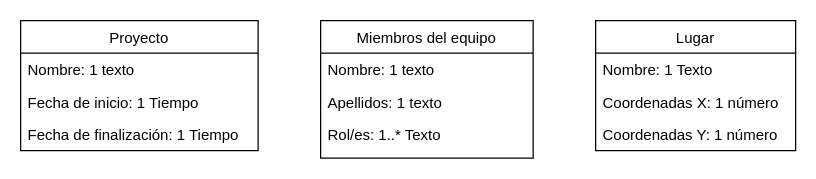
Before: Ejercicio_07.drawio in Trabajos-grupales/UML, a draw.io diagram. Source tidied: cells renumbered, new cells numbered last; positions are measured from the earlier drawing's top-left corner, leaving out a move shared by most shapes. Both pictures are drawn from the tidied source at 125%, with x=0, y=0 at pixel (20, 20).
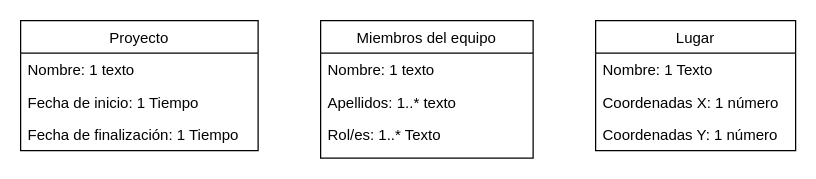
The same diagram, later.

Change to the diagram source:
```diff
@@
 <mxGraphModel>
   <root>
     <mxCell id="0" />
     <mxCell id="1" parent="0" />
     <mxCell id="2" value="Proyecto" style="swimlane;fontStyle=0;horizontal=1;startSize=26;fillColor=none;" parent="1" vertex="1">
       <mxGeometry width="190" height="104" as="geometry" />
     </mxCell>
     <mxCell id="3" value="Nombre: 1 texto" style="text;strokeColor=none;fillColor=none;align=left;verticalAlign=top;spacingLeft=4;spacingRight=4;overflow=hidden;" parent="2" vertex="1">
       <mxGeometry y="26" width="190" height="26" as="geometry" />
     </mxCell>
     <mxCell id="4" value="Fecha de inicio: 1 Tiempo" style="text;strokeColor=none;fillColor=none;align=left;verticalAlign=top;spacingLeft=4;spacingRight=4;overflow=hidden;" parent="2" vertex="1">
       <mxGeometry y="52" width="190" height="26" as="geometry" />
     </mxCell>
     <mxCell id="5" value="Fecha de finalización: 1 Tiempo" style="text;strokeColor=none;fillColor=none;align=left;verticalAlign=top;spacingLeft=4;spacingRight=4;overflow=hidden;" parent="2" vertex="1">
       <mxGeometry y="78" width="190" height="26" as="geometry" />
     </mxCell>
     <mxCell id="6" value="Miembros del equipo" style="swimlane;fontStyle=0;horizontal=1;startSize=26;fillColor=none;" parent="1" vertex="1">
       <mxGeometry x="240" width="170" height="110" as="geometry" />
     </mxCell>
     <mxCell id="7" value="Nombre: 1 texto" style="text;strokeColor=none;fillColor=none;align=left;verticalAlign=top;spacingLeft=4;spacingRight=4;overflow=hidden;" parent="6" vertex="1">
       <mxGeometry y="26" width="170" height="26" as="geometry" />
     </mxCell>
-    <mxCell id="8" value="Apellidos: 1 texto " style="text;strokeColor=none;fillColor=none;align=left;verticalAlign=top;spacingLeft=4;spacingRight=4;overflow=hidden;" parent="6" vertex="1">
+    <mxCell id="8" value="Apellidos: 1..* texto " style="text;strokeColor=none;fillColor=none;align=left;verticalAlign=top;spacingLeft=4;spacingRight=4;overflow=hidden;" parent="6" vertex="1">
       <mxGeometry y="52" width="170" height="26" as="geometry" />
     </mxCell>
     <mxCell id="9" value="Rol/es: 1..* Texto" style="text;strokeColor=none;fillColor=none;align=left;verticalAlign=top;spacingLeft=4;spacingRight=4;overflow=hidden;" parent="6" vertex="1">
       <mxGeometry y="78" width="170" height="32" as="geometry" />
     </mxCell>
     <mxCell id="10" value="Lugar" style="swimlane;fontStyle=0;horizontal=1;startSize=26;fillColor=none;" parent="1" vertex="1">
       <mxGeometry x="460" width="160" height="104" as="geometry" />
     </mxCell>
     <mxCell id="11" value="Nombre: 1 Texto" style="text;strokeColor=none;fillColor=none;align=left;verticalAlign=top;spacingLeft=4;spacingRight=4;overflow=hidden;" parent="10" vertex="1">
       <mxGeometry y="26" width="160" height="26" as="geometry" />
     </mxCell>
     <mxCell id="12" value="Coordenadas X: 1 número" style="text;strokeColor=none;fillColor=none;align=left;verticalAlign=top;spacingLeft=4;spacingRight=4;overflow=hidden;" parent="10" vertex="1">
       <mxGeometry y="52" width="160" height="26" as="geometry" />
     </mxCell>
     <mxCell id="13" value="Coordenadas Y: 1 número" style="text;strokeColor=none;fillColor=none;align=left;verticalAlign=top;spacingLeft=4;spacingRight=4;overflow=hidden;" parent="10" vertex="1">
       <mxGeometry y="78" width="160" height="26" as="geometry" />
     </mxCell>
   </root>
 </mxGraphModel>
```
